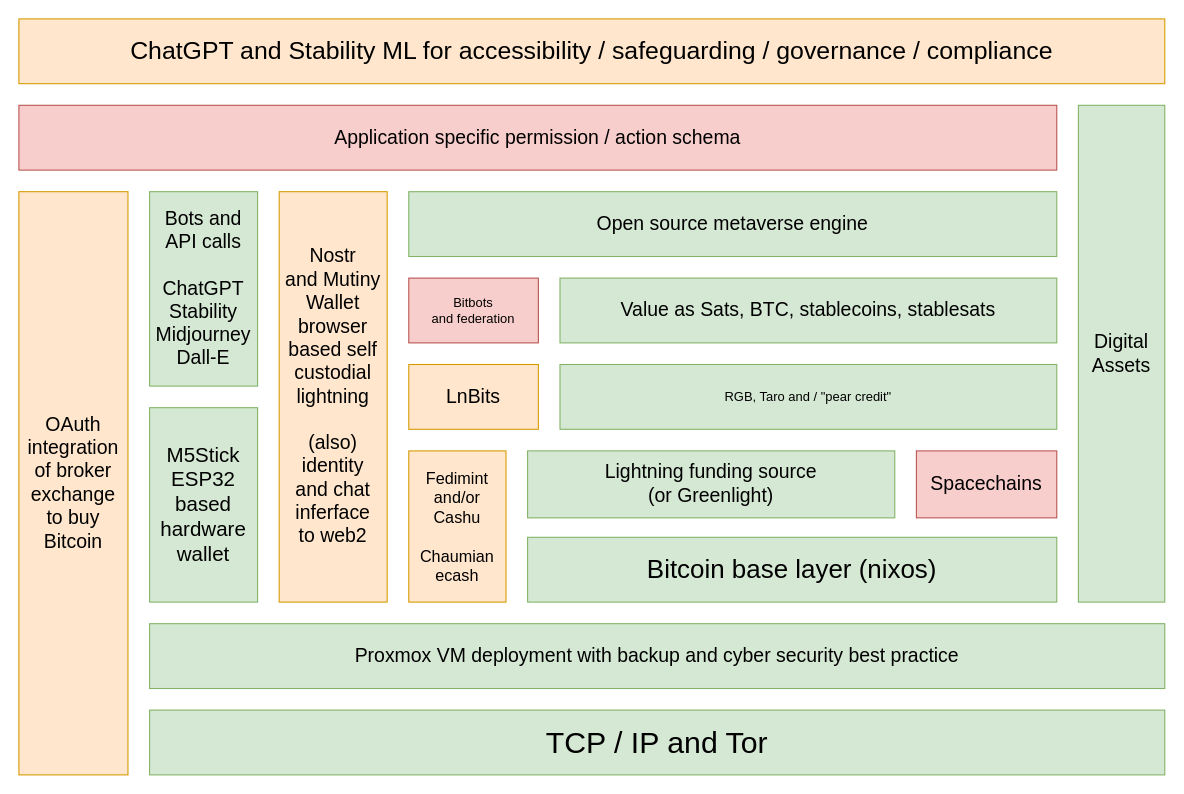
jjohare/DigiSocConvergence keeps this draw.io diagram as Book/Images/HighLevelStack.drawio. Above is the earlier version. Source tidied: cells renumbered, new cells numbered last; positions are measured from the earlier drawing's top-left corner, leaving out a move shared by most shapes. Both pictures are drawn from the tidied source at 108%, with x=0, y=0 at pixel (18, 18).
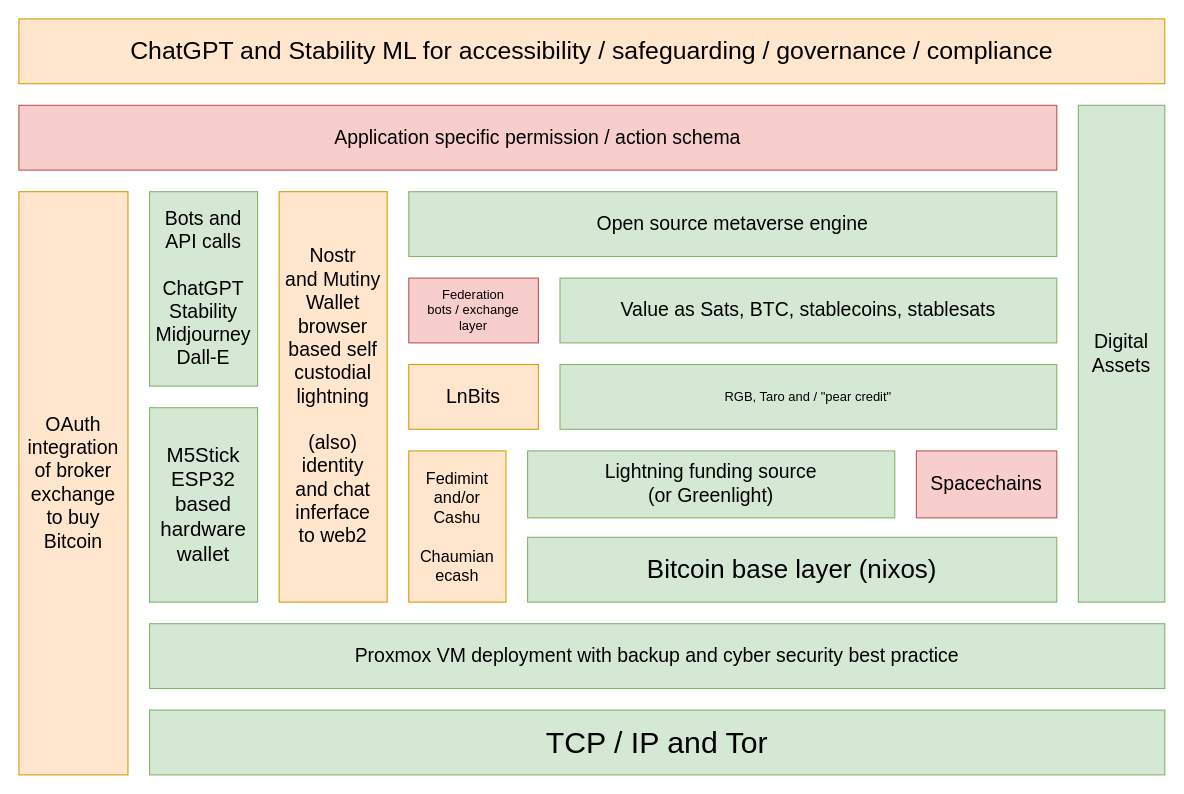
After the change.

Change to the diagram source:
```diff
@@
 <mxGraphModel>
   <root>
     <mxCell id="0" />
     <mxCell id="1" parent="0" />
     <mxCell id="2" value="&lt;font style=&quot;font-size: 18px&quot;&gt;Application specific permission / action schema&lt;br&gt;&lt;/font&gt;" style="rounded=0;whiteSpace=wrap;html=1;fillColor=#f8cecc;strokeColor=#b85450;" parent="1" vertex="1">
       <mxGeometry y="80" width="961" height="60" as="geometry" />
     </mxCell>
     <mxCell id="3" value="&lt;div&gt;Nostr&lt;/div&gt;&lt;div&gt;and Mutiny Wallet browser based self custodial lightning&lt;br&gt;&lt;/div&gt;&lt;div&gt;&lt;br&gt;&lt;/div&gt;&lt;div&gt;(also)&lt;br&gt;&lt;/div&gt;&lt;div&gt;identity&lt;/div&gt;&lt;div&gt;and chat &lt;br&gt;&lt;/div&gt;&lt;div&gt;inferface&lt;/div&gt;&lt;div&gt;to web2&lt;br&gt;&lt;/div&gt;" style="rounded=0;whiteSpace=wrap;html=1;fontSize=18;fillColor=#ffe6cc;strokeColor=#d79b00;" parent="1" vertex="1">
       <mxGeometry x="241" y="160" width="100" height="380" as="geometry" />
     </mxCell>
     <mxCell id="4" value="LnBits" style="rounded=0;whiteSpace=wrap;html=1;fontSize=18;fillColor=#ffe6cc;strokeColor=#d79b00;" parent="1" vertex="1">
       <mxGeometry x="361" y="320" width="120" height="60" as="geometry" />
     </mxCell>
     <mxCell id="5" value="&lt;font style=&quot;font-size: 18px&quot;&gt;Open source metaverse engine&lt;/font&gt;" style="rounded=0;whiteSpace=wrap;html=1;fillColor=#d5e8d4;strokeColor=#82b366;" parent="1" vertex="1">
       <mxGeometry x="361" y="160" width="600" height="60" as="geometry" />
     </mxCell>
     <mxCell id="6" value="&lt;font style=&quot;font-size: 18px&quot;&gt;Value as Sats, BTC, stablecoins, stablesats&lt;br&gt;&lt;/font&gt;" style="rounded=0;whiteSpace=wrap;html=1;fillColor=#d5e8d4;strokeColor=#82b366;" parent="1" vertex="1">
       <mxGeometry x="501" y="240" width="460" height="60" as="geometry" />
     </mxCell>
     <mxCell id="7" value="RGB, Taro and / &quot;pear credit&quot;" style="rounded=0;whiteSpace=wrap;html=1;fillColor=#d5e8d4;strokeColor=#82b366;" parent="1" vertex="1">
       <mxGeometry x="501" y="320" width="460" height="60" as="geometry" />
     </mxCell>
     <mxCell id="8" value="&lt;div&gt;&lt;font style=&quot;font-size: 18px&quot;&gt;Lightning funding source&lt;/font&gt;&lt;/div&gt;&lt;div&gt;&lt;font style=&quot;font-size: 18px&quot;&gt;(or Greenlight)&lt;br&gt; &lt;/font&gt;&lt;/div&gt;" style="rounded=0;whiteSpace=wrap;html=1;fillColor=#d5e8d4;strokeColor=#82b366;" parent="1" vertex="1">
       <mxGeometry x="471" y="400" width="340" height="62" as="geometry" />
     </mxCell>
     <mxCell id="9" value="&lt;font style=&quot;font-size: 24px&quot;&gt;Bitcoin base layer (nixos)&lt;br&gt;&lt;/font&gt;" style="rounded=0;whiteSpace=wrap;html=1;fillColor=#d5e8d4;strokeColor=#82b366;" parent="1" vertex="1">
       <mxGeometry x="471" y="480" width="490" height="60" as="geometry" />
     </mxCell>
     <mxCell id="10" value="&lt;font style=&quot;font-size: 18px&quot;&gt;Proxmox VM deployment with backup and cyber security best practice&lt;/font&gt;" style="rounded=0;whiteSpace=wrap;html=1;fillColor=#d5e8d4;strokeColor=#82b366;" parent="1" vertex="1">
       <mxGeometry x="121" y="560" width="940" height="60" as="geometry" />
     </mxCell>
     <mxCell id="11" value="&lt;div&gt;Digital&lt;br&gt;&lt;/div&gt;&lt;div&gt;Assets&lt;/div&gt;" style="rounded=0;whiteSpace=wrap;html=1;fontSize=18;fillColor=#d5e8d4;strokeColor=#82b366;" parent="1" vertex="1">
       <mxGeometry x="981" y="80" width="80" height="460" as="geometry" />
     </mxCell>
     <mxCell id="12" value="&lt;font style=&quot;font-size: 18px;&quot;&gt;Spacechains&lt;/font&gt;" style="rounded=0;whiteSpace=wrap;html=1;fillColor=#f8cecc;strokeColor=#b85450;" parent="1" vertex="1">
       <mxGeometry x="831" y="400" width="130" height="62" as="geometry" />
     </mxCell>
     <mxCell id="13" value="&lt;font style=&quot;font-size: 23px;&quot;&gt;ChatGPT and Stability ML for accessibility / safeguarding / governance / compliance&lt;br&gt;&lt;/font&gt;" style="rounded=0;whiteSpace=wrap;html=1;fillColor=#ffe6cc;strokeColor=#d79b00;" parent="1" vertex="1">
       <mxGeometry width="1061" height="60" as="geometry" />
     </mxCell>
     <mxCell id="14" value="&lt;font style=&quot;font-size: 28px;&quot;&gt;TCP / IP and Tor&lt;br&gt;&lt;/font&gt;" style="rounded=0;whiteSpace=wrap;html=1;fillColor=#d5e8d4;strokeColor=#82b366;" parent="1" vertex="1">
       <mxGeometry x="121" y="640" width="940" height="60" as="geometry" />
     </mxCell>
     <mxCell id="15" value="&lt;div style=&quot;font-size: 15px;&quot;&gt;&lt;font style=&quot;font-size: 15px;&quot;&gt;Fedimint&lt;/font&gt;&lt;/div&gt;&lt;div style=&quot;font-size: 15px;&quot;&gt;&lt;font style=&quot;font-size: 15px;&quot;&gt;and/or&lt;/font&gt;&lt;/div&gt;&lt;div style=&quot;font-size: 15px;&quot;&gt;&lt;font style=&quot;font-size: 15px;&quot;&gt;Cashu&lt;/font&gt;&lt;/div&gt;&lt;div style=&quot;font-size: 15px;&quot;&gt;&lt;font style=&quot;font-size: 15px;&quot;&gt;&lt;br&gt;&lt;/font&gt;&lt;/div&gt;&lt;div style=&quot;font-size: 15px;&quot;&gt;&lt;font style=&quot;font-size: 15px;&quot;&gt;Chaumian&lt;/font&gt;&lt;/div&gt;&lt;div style=&quot;font-size: 15px;&quot;&gt;&lt;font style=&quot;font-size: 15px;&quot;&gt;ecash&lt;br&gt;&lt;/font&gt;&lt;/div&gt;" style="rounded=0;whiteSpace=wrap;html=1;fillColor=#ffe6cc;strokeColor=#d79b00;" parent="1" vertex="1">
       <mxGeometry x="361" y="400" width="90" height="140" as="geometry" />
     </mxCell>
-    <mxCell id="16" value="&lt;div&gt;Bitbots&lt;/div&gt;&lt;div&gt;and federation&lt;br&gt;&lt;/div&gt;" style="rounded=0;whiteSpace=wrap;html=1;fillColor=#f8cecc;strokeColor=#b85450;" parent="1" vertex="1">
+    <mxCell id="16" value="&lt;div&gt;Federation&lt;/div&gt;&lt;div&gt;bots / exchange&lt;/div&gt;&lt;div&gt;layer&lt;br&gt;&lt;/div&gt;" style="rounded=0;whiteSpace=wrap;html=1;fillColor=#f8cecc;strokeColor=#b85450;" parent="1" vertex="1">
       <mxGeometry x="361" y="240" width="120" height="60" as="geometry" />
     </mxCell>
     <mxCell id="17" value="&lt;h3 style=&quot;font-size: 19px;&quot; class=&quot;ud-feature-title&quot;&gt;&lt;span style=&quot;font-weight: normal;&quot;&gt;M5Stick ESP32&lt;/span&gt; &lt;span style=&quot;font-weight: normal;&quot;&gt;based hardware wallet&lt;/span&gt;&lt;br&gt;&lt;/h3&gt;" style="rounded=0;whiteSpace=wrap;html=1;fontSize=18;fillColor=#d5e8d4;strokeColor=#82b366;" parent="1" vertex="1">
       <mxGeometry x="121" y="360" width="100" height="180" as="geometry" />
     </mxCell>
     <mxCell id="18" value="&lt;div&gt;OAuth integration of broker exchange&lt;/div&gt;&lt;div&gt;to buy&lt;/div&gt;&lt;div&gt;Bitcoin&lt;br&gt;&lt;/div&gt;" style="rounded=0;whiteSpace=wrap;html=1;fontSize=18;fillColor=#ffe6cc;strokeColor=#d79b00;" parent="1" vertex="1">
       <mxGeometry y="160" width="101" height="540" as="geometry" />
     </mxCell>
     <mxCell id="19" value="&lt;div&gt;Bots and API calls&lt;/div&gt;&lt;div&gt;&lt;br&gt;&lt;/div&gt;&lt;div&gt;ChatGPT&lt;br&gt;Stability&lt;br&gt;Midjourney&lt;br&gt;Dall-E&lt;br&gt;&lt;/div&gt;" style="rounded=0;whiteSpace=wrap;html=1;fontSize=18;fillColor=#d5e8d4;strokeColor=#82b366;" parent="1" vertex="1">
       <mxGeometry x="121" y="160" width="100" height="180" as="geometry" />
     </mxCell>
   </root>
 </mxGraphModel>
```
